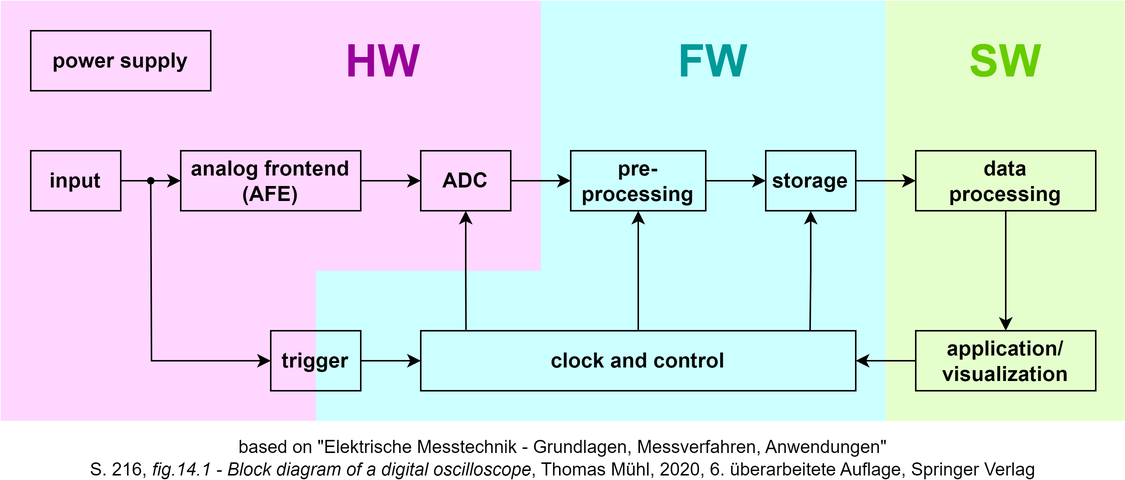
This is docs/img/Projektstruktur.png from nicolstr/usb-oscilloscope, a draw.io export, as it was before one commit. Source tidied: cells renumbered, new cells last; positions are measured from the earlier drawing's top-left corner, leaving out a move shared by most shapes.
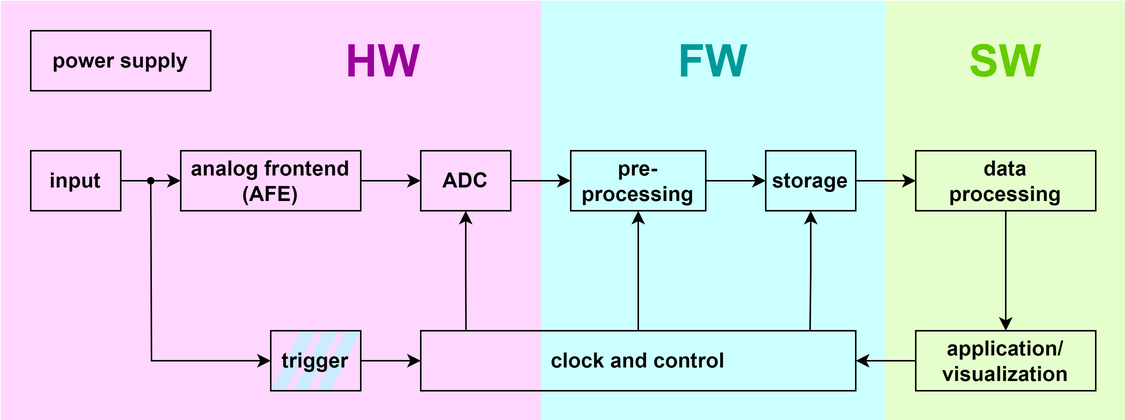
Later version of the same file.

What changed in the source:
```diff
@@ -6,20 +6,11 @@
       <mxGeometry x="590" width="160" height="280" as="geometry" />
     </mxCell>
     <mxCell id="3" style="rounded=0;whiteSpace=wrap;html=1;strokeColor=none;fillColor=#99FFFF;opacity=50;fontStyle=1;fontSize=14;" parent="1" vertex="1">
-      <mxGeometry x="360" width="230" height="180" as="geometry" />
+      <mxGeometry x="360" width="230" height="280" as="geometry" />
     </mxCell>
-    <mxCell id="4" style="rounded=0;whiteSpace=wrap;html=1;strokeColor=none;fillColor=#99FFFF;opacity=50;fontStyle=1;fontSize=14;" parent="1" vertex="1">
-      <mxGeometry x="210" y="180" width="380" height="100" as="geometry" />
-    </mxCell>
-    <mxCell id="5" style="rounded=0;whiteSpace=wrap;html=1;strokeColor=none;fillColor=#FF99FF;opacity=40;fontStyle=1;fontSize=14;" parent="1" vertex="1">
-      <mxGeometry y="180" width="210" height="100" as="geometry" />
-    </mxCell>
     <mxCell id="6" style="rounded=0;whiteSpace=wrap;html=1;strokeColor=none;fillColor=#FF99FF;opacity=40;fontStyle=1;fontSize=14;" parent="1" vertex="1">
-      <mxGeometry width="360" height="180" as="geometry" />
+      <mxGeometry width="360" height="280" as="geometry" />
     </mxCell>
-    <mxCell id="7" value="&lt;div style=&quot;&quot;&gt;&lt;span style=&quot;background-color: transparent; color: light-dark(rgb(0, 0, 0), rgb(255, 255, 255));&quot;&gt;based on &quot;Elektrische Messtechnik -&amp;nbsp;&lt;/span&gt;&lt;span style=&quot;background-color: transparent; color: light-dark(rgb(0, 0, 0), rgb(255, 255, 255));&quot;&gt;Grundlagen, Messverfahren,&amp;nbsp;&lt;/span&gt;&lt;span style=&quot;background-color: transparent; color: light-dark(rgb(0, 0, 0), rgb(255, 255, 255));&quot;&gt;Anwendungen&lt;/span&gt;&lt;span style=&quot;background-color: transparent; color: light-dark(rgb(0, 0, 0), rgb(255, 255, 255));&quot;&gt;&quot;&lt;/span&gt;&lt;/div&gt;&lt;div style=&quot;&quot;&gt;&lt;span style=&quot;background-color: transparent; color: light-dark(rgb(0, 0, 0), rgb(255, 255, 255));&quot;&gt;S. 216,&amp;nbsp;&lt;i&gt;fig.14.1 -&amp;nbsp;&lt;/i&gt;&lt;/span&gt;&lt;span style=&quot;background-color: transparent;&quot;&gt;&lt;i&gt;Block diagram of a digital oscilloscope&lt;/i&gt;&lt;/span&gt;&lt;span style=&quot;background-color: transparent; color: light-dark(rgb(0, 0, 0), rgb(255, 255, 255));&quot;&gt;, Thomas Mühl, 2020, 6. überarbeitete Auflage, Springer Verlag&lt;/span&gt;&lt;/div&gt;" style="text;html=1;align=center;verticalAlign=middle;whiteSpace=wrap;rounded=0;" parent="1" vertex="1">
-      <mxGeometry y="290" width="750" height="30" as="geometry" />
-    </mxCell>
     <mxCell id="8" value="power supply" style="rounded=0;whiteSpace=wrap;html=1;fillColor=none;fontStyle=1;fontSize=14;" parent="1" vertex="1">
       <mxGeometry x="20" y="20" width="120" height="40" as="geometry" />
     </mxCell>
@@ -79,9 +70,6 @@
     <mxCell id="26" style="edgeStyle=orthogonalEdgeStyle;rounded=0;jettySize=auto;html=1;" parent="1" edge="1" source="27" target="15">
       <mxGeometry relative="1" as="geometry" />
     </mxCell>
-    <mxCell id="27" value="trigger" style="rounded=0;whiteSpace=wrap;html=1;fillColor=none;fontStyle=1;fontSize=14;" parent="1" vertex="1">
-      <mxGeometry x="180" y="220" width="60" height="40" as="geometry" />
-    </mxCell>
     <mxCell id="28" style="edgeStyle=orthogonalEdgeStyle;rounded=0;jettySize=auto;html=1;exitX=0.5;exitY=1;exitDx=0;exitDy=0;entryX=0.895;entryY=0;entryDx=0;entryDy=0;entryPerimeter=0;startArrow=classic;startFill=1;endArrow=none;" parent="1" edge="1" source="20" target="15">
       <mxGeometry relative="1" as="geometry" />
     </mxCell>
@@ -100,5 +88,17 @@
     <mxCell id="33" style="ellipse;whiteSpace=wrap;html=1;fillColor=#000000;spacing=2;" parent="1" vertex="1">
       <mxGeometry x="98" y="118" width="4" height="4" as="geometry" />
     </mxCell>
+    <mxCell id="34" style="shape=parallelogram;perimeter=parallelogramPerimeter;whiteSpace=wrap;html=1;fixedSize=1;strokeColor=none;fillColor=light-dark(#ccebff, #ededed);" parent="1" vertex="1">
+      <mxGeometry x="180" y="220" width="30" height="40" as="geometry" />
+    </mxCell>
+    <mxCell id="35" style="shape=parallelogram;perimeter=parallelogramPerimeter;whiteSpace=wrap;html=1;fixedSize=1;strokeColor=none;fillColor=light-dark(#ccebff, #ededed);" parent="1" vertex="1">
+      <mxGeometry x="195" y="220" width="30" height="40" as="geometry" />
+    </mxCell>
+    <mxCell id="36" style="shape=parallelogram;perimeter=parallelogramPerimeter;whiteSpace=wrap;html=1;fixedSize=1;strokeColor=none;fillColor=light-dark(#ccebff, #ededed);" parent="1" vertex="1">
+      <mxGeometry x="210" y="220" width="30" height="40" as="geometry" />
+    </mxCell>
+    <mxCell id="27" value="trigger" style="rounded=0;whiteSpace=wrap;html=1;fillColor=none;fontStyle=1;fontSize=14;" parent="1" vertex="1">
+      <mxGeometry x="180" y="220" width="60" height="40" as="geometry" />
+    </mxCell>
   </root>
 </mxGraphModel>
```
